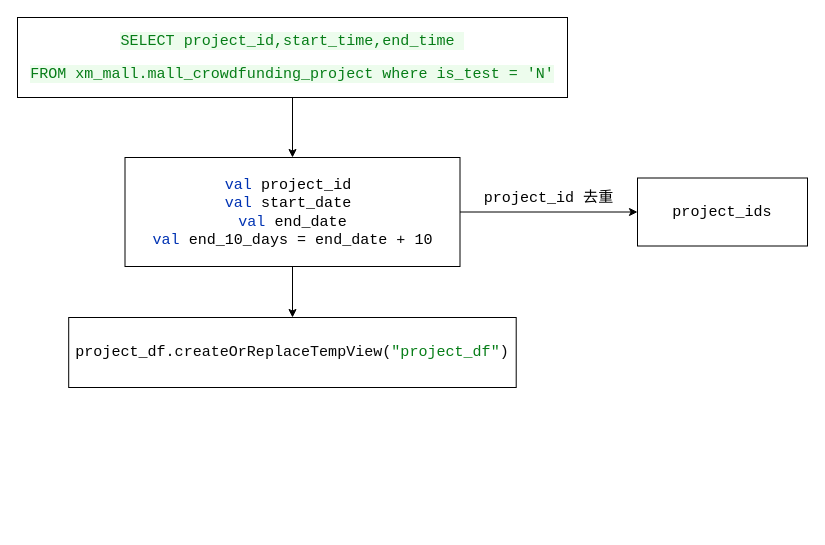
This is 小米众筹/小米众筹流程.drawio from dyzcs/draw.io, a draw.io file, before an edit. Source tidied: cells renumbered, new cells numbered last; positions are measured from the earlier drawing's top-left corner, leaving out a move shared by most shapes. Both pictures are drawn from the tidied source at 100%, with x=0, y=0 at pixel (17, 17).
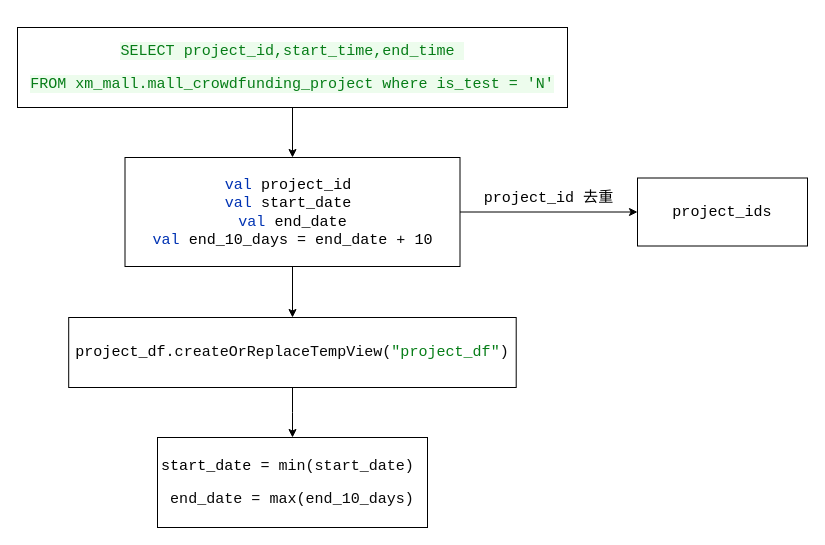
After the change.

Commit message (it also covers changes not shown here):
更新小米众筹流程.drawio

What changed in the source:
```diff
@@
 <mxGraphModel>
   <root>
     <mxCell id="0" />
     <mxCell id="1" parent="0" />
     <mxCell id="2" style="edgeStyle=orthogonalEdgeStyle;rounded=0;jettySize=auto;html=1;entryX=0.5;entryY=0;entryDx=0;entryDy=0;" parent="1" edge="1" source="3" target="7">
       <mxGeometry relative="1" as="geometry" />
     </mxCell>
     <mxCell id="3" value="&lt;pre style=&quot;background-color: #ffffff ; color: #080808 ; font-family: &amp;#34;courier 10 pitch&amp;#34; , monospace ; font-size: 11.3pt&quot;&gt;&lt;span style=&quot;color: #067d17 ; background-color: #edfced&quot;&gt;SELECT project_id,start_time,end_time &lt;/span&gt;&lt;/pre&gt;&lt;pre style=&quot;background-color: #ffffff ; color: #080808 ; font-family: &amp;#34;courier 10 pitch&amp;#34; , monospace ; font-size: 11.3pt&quot;&gt;&lt;span style=&quot;color: #067d17 ; background-color: #edfced&quot;&gt;FROM xm_mall.mall_crowdfunding_project where is_test = 'N'&lt;/span&gt;&lt;/pre&gt;" style="rounded=0;whiteSpace=wrap;html=1;" parent="1" vertex="1">
-      <mxGeometry width="550" height="80" as="geometry" />
+      <mxGeometry y="10" width="550" height="80" as="geometry" />
     </mxCell>
     <mxCell id="4" style="edgeStyle=orthogonalEdgeStyle;rounded=0;jettySize=auto;html=1;entryX=0;entryY=0.5;entryDx=0;entryDy=0;" parent="1" edge="1" source="7" target="8">
       <mxGeometry relative="1" as="geometry" />
     </mxCell>
     <mxCell id="5" value="&lt;pre style=&quot;color: rgb(8 , 8 , 8) ; font-family: &amp;quot;courier 10 pitch&amp;quot; , monospace ; font-size: 11.3pt&quot;&gt;&lt;span style=&quot;color: rgb(0 , 0 , 0)&quot;&gt;project_id 去重&lt;/span&gt;&lt;/pre&gt;" style="edgeLabel;html=1;align=center;verticalAlign=middle;labelBackgroundColor=none;" parent="4" vertex="1">
       <mxGeometry x="-0.3" y="4" relative="1" as="geometry">
         <mxPoint x="26" y="-10" as="offset" />
       </mxGeometry>
     </mxCell>
     <mxCell id="6" style="edgeStyle=orthogonalEdgeStyle;rounded=0;jettySize=auto;html=1;" parent="1" edge="1" source="7" target="9">
       <mxGeometry relative="1" as="geometry" />
     </mxCell>
     <mxCell id="7" value="&lt;pre style=&quot;background-color: #ffffff ; color: #080808 ; font-family: &amp;#34;courier 10 pitch&amp;#34; , monospace ; font-size: 11.3pt&quot;&gt;&lt;span style=&quot;color: #0033b3&quot;&gt;val &lt;/span&gt;&lt;span style=&quot;color: #000000&quot;&gt;project_id &lt;/span&gt;&lt;span style=&quot;color: #000000&quot;&gt;&lt;br&gt;&lt;/span&gt;&lt;span style=&quot;color: #0033b3&quot;&gt;val &lt;/span&gt;&lt;span style=&quot;color: #000000&quot;&gt;start_date &lt;/span&gt;&lt;span style=&quot;color: #000000&quot;&gt;&lt;br&gt;&lt;/span&gt;&lt;span style=&quot;color: #0033b3&quot;&gt;val &lt;/span&gt;&lt;span style=&quot;color: #000000&quot;&gt;end_date&lt;/span&gt;&lt;br&gt;&lt;span style=&quot;color: #0033b3&quot;&gt;val &lt;/span&gt;&lt;span style=&quot;color: #000000&quot;&gt;end_10_days = end_date + 10&lt;/span&gt;&lt;/pre&gt;" style="rounded=0;whiteSpace=wrap;html=1;" parent="1" vertex="1">
       <mxGeometry x="107.5" y="140" width="335" height="109" as="geometry" />
     </mxCell>
     <mxCell id="8" value="&lt;pre style=&quot;background-color: #ffffff ; color: #080808 ; font-family: &amp;#34;courier 10 pitch&amp;#34; , monospace ; font-size: 11.3pt&quot;&gt;&lt;span style=&quot;color: #000000&quot;&gt;project_ids&lt;/span&gt;&lt;/pre&gt;" style="rounded=0;whiteSpace=wrap;html=1;" parent="1" vertex="1">
       <mxGeometry x="620" y="160.5" width="170" height="68" as="geometry" />
     </mxCell>
+    <mxCell id="10" style="edgeStyle=orthogonalEdgeStyle;rounded=0;jettySize=auto;html=1;entryX=0.5;entryY=0;entryDx=0;entryDy=0;" parent="1" edge="1" source="9" target="11">
+      <mxGeometry relative="1" as="geometry" />
+    </mxCell>
     <mxCell id="9" value="&lt;pre style=&quot;background-color: #ffffff ; color: #080808 ; font-family: &amp;#34;courier 10 pitch&amp;#34; , monospace ; font-size: 11.3pt&quot;&gt;&lt;span style=&quot;color: #000000&quot;&gt;project_df&lt;/span&gt;.createOrReplaceTempView(&lt;span style=&quot;color: #067d17&quot;&gt;&quot;project_df&quot;&lt;/span&gt;)&lt;/pre&gt;" style="rounded=0;whiteSpace=wrap;html=1;labelBackgroundColor=none;" parent="1" vertex="1">
       <mxGeometry x="51.2" y="300" width="447.5" height="70" as="geometry" />
     </mxCell>
+    <mxCell id="11" value="&lt;pre style=&quot;background-color: #ffffff ; color: #080808 ; font-family: &amp;#34;courier 10 pitch&amp;#34; , monospace ; font-size: 11.3pt&quot;&gt;&lt;span style=&quot;color: #000000&quot;&gt;start_date = &lt;/span&gt;min(start_date) &lt;/pre&gt;&lt;pre style=&quot;background-color: #ffffff ; color: #080808 ; font-family: &amp;#34;courier 10 pitch&amp;#34; , monospace ; font-size: 11.3pt&quot;&gt;end_date = max(end_10_days)&lt;/pre&gt;" style="rounded=0;whiteSpace=wrap;html=1;labelBackgroundColor=none;" parent="1" vertex="1">
+      <mxGeometry x="140" y="420" width="270" height="90" as="geometry" />
+    </mxCell>
   </root>
 </mxGraphModel>
```
